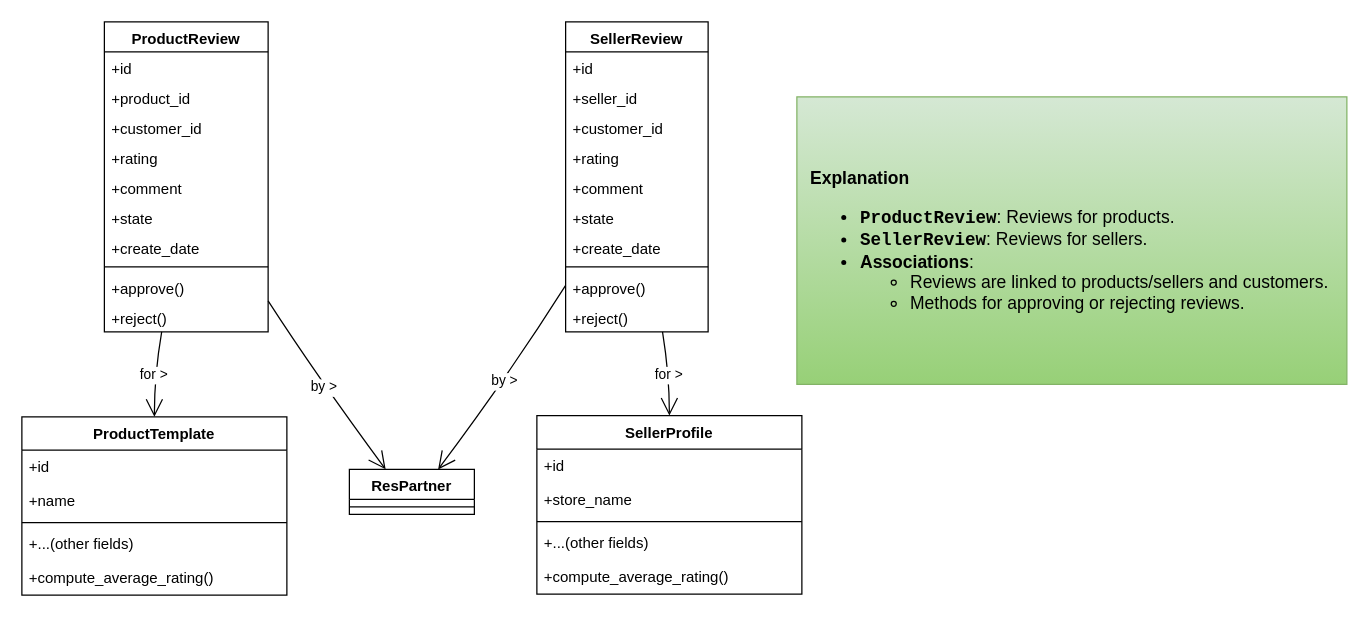
wiembk/Marketplace keeps this draw.io diagram as Diagrams/Review and Rating Module.drawio. Above is the earlier version. Source tidied: cells renumbered, new cells numbered last; positions are measured from the earlier drawing's top-left corner, leaving out a move shared by most shapes. Both pictures are drawn from the tidied source at 125%, with x=0, y=0 at pixel (21, 21).
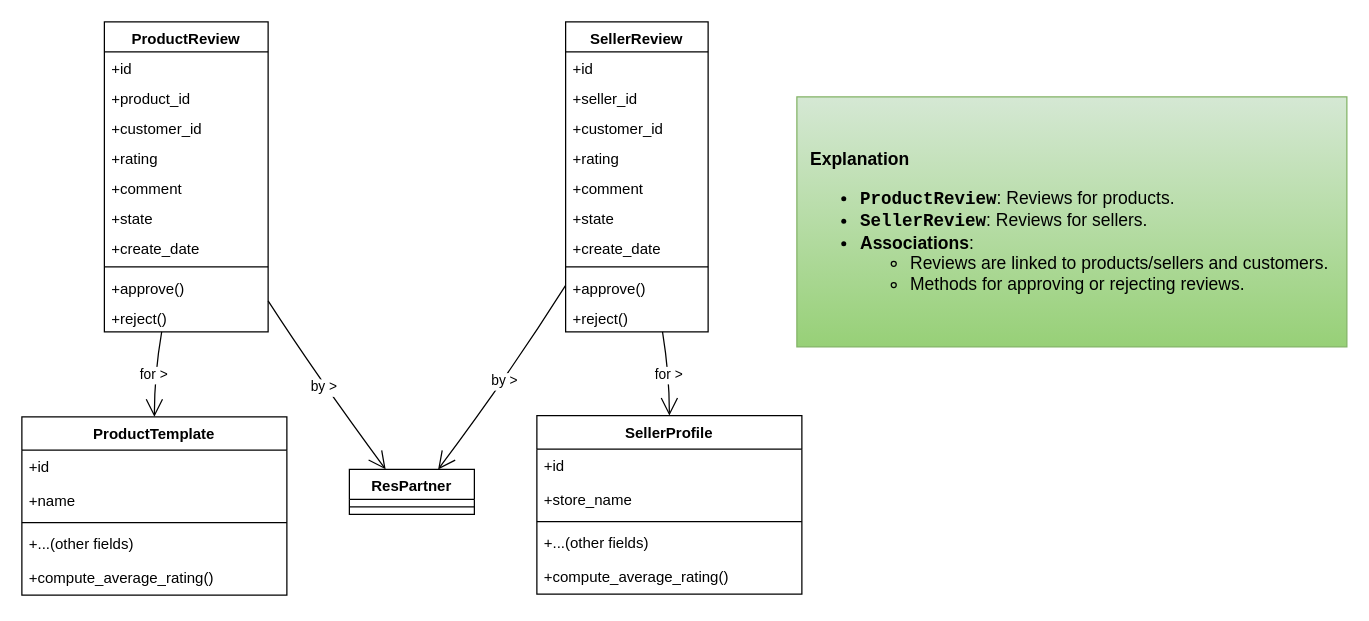
The same page after the edit.

Change to the diagram source:
```diff
@@
     <mxCell id="42" value="&lt;h3 style=&quot;font-size: 14px;&quot;&gt;&lt;strong style=&quot;font-size: 14px;&quot;&gt;Explanation&lt;/strong&gt;&lt;/h3&gt;&lt;ul style=&quot;font-size: 14px;&quot;&gt;&lt;li style=&quot;font-size: 14px;&quot;&gt;&lt;strong style=&quot;font-size: 14px;&quot;&gt;&lt;code style=&quot;font-size: 14px;&quot;&gt;ProductReview&lt;/code&gt;&lt;/strong&gt;: Reviews for products.&lt;/li&gt;&lt;li style=&quot;font-size: 14px;&quot;&gt;&lt;strong style=&quot;font-size: 14px;&quot;&gt;&lt;code style=&quot;font-size: 14px;&quot;&gt;SellerReview&lt;/code&gt;&lt;/strong&gt;: Reviews for sellers.&lt;/li&gt;&lt;li style=&quot;font-size: 14px;&quot;&gt;&lt;strong style=&quot;font-size: 14px;&quot;&gt;Associations&lt;/strong&gt;:&lt;ul style=&quot;font-size: 14px;&quot;&gt;&lt;li style=&quot;font-size: 14px;&quot;&gt;Reviews are linked to products/sellers and customers.&lt;/li&gt;&lt;li style=&quot;font-size: 14px;&quot;&gt;Methods for approving or rejecting reviews.&lt;/li&gt;&lt;/ul&gt;&lt;/li&gt;&lt;/ul&gt;" style="rounded=0;whiteSpace=wrap;html=1;fillColor=#d5e8d4;gradientColor=#97d077;strokeColor=#82b366;align=left;spacing=11;fontSize=14;" parent="1" vertex="1">
-      <mxGeometry x="620" y="60" width="440" height="230" as="geometry" />
+      <mxGeometry x="620" y="60" width="440" height="200" as="geometry" />
     </mxCell>
+    <mxCell id="43" style="edgeStyle=orthogonalEdgeStyle;rounded=0;orthogonalLoop=1;jettySize=auto;html=1;exitX=0.5;exitY=1;exitDx=0;exitDy=0;" parent="1" edge="1" source="42" target="42">
+      <mxGeometry relative="1" as="geometry" />
+    </mxCell>
```
